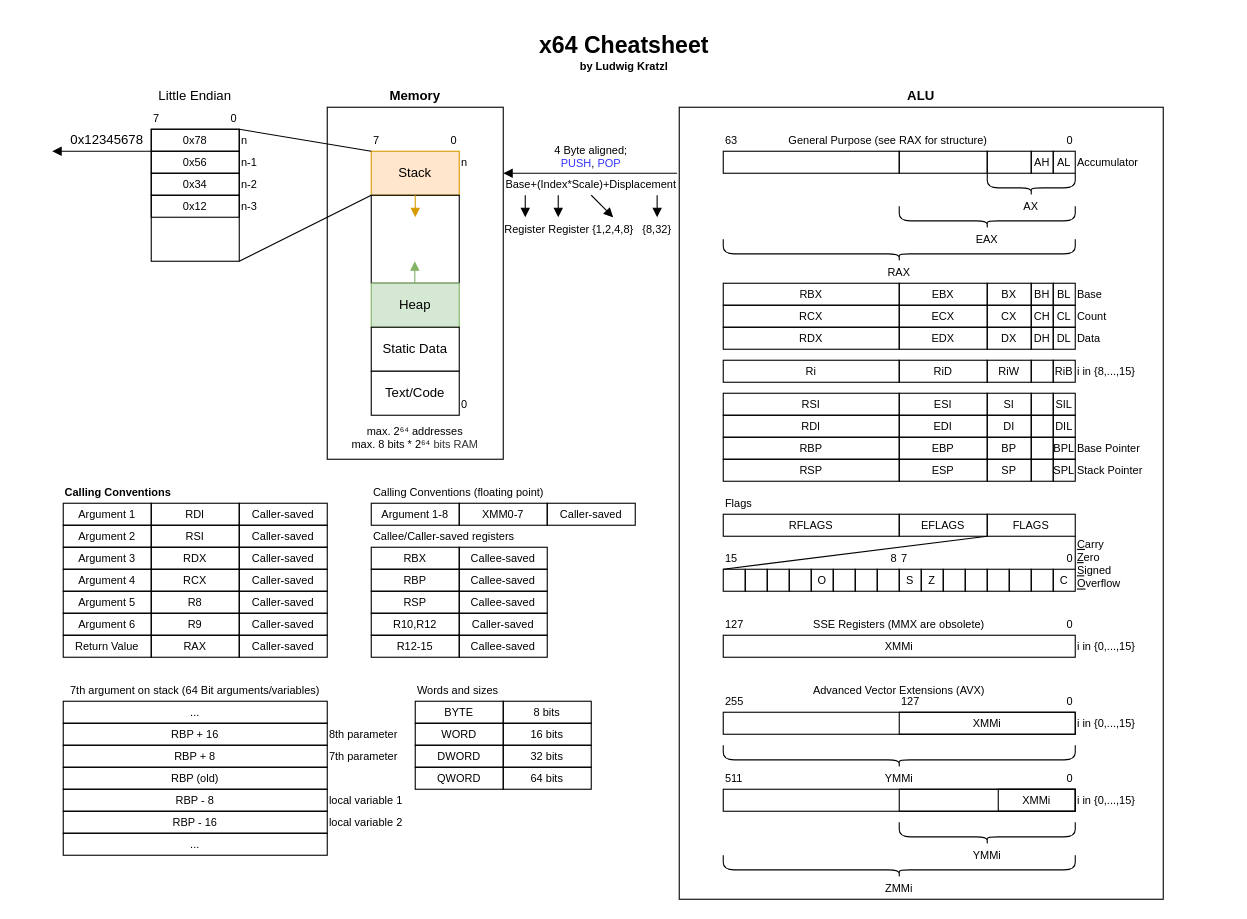
Before: drawio/x86_64 Overview.drawio in ZaubererHaft/C-Cheatsheet, a draw.io diagram. Source tidied: cells renumbered, new cells numbered last; positions are measured from the earlier drawing's top-left corner, leaving out a move shared by most shapes. Both pictures are drawn from the tidied source at 110%, with x=0, y=0 at pixel (19, 19).
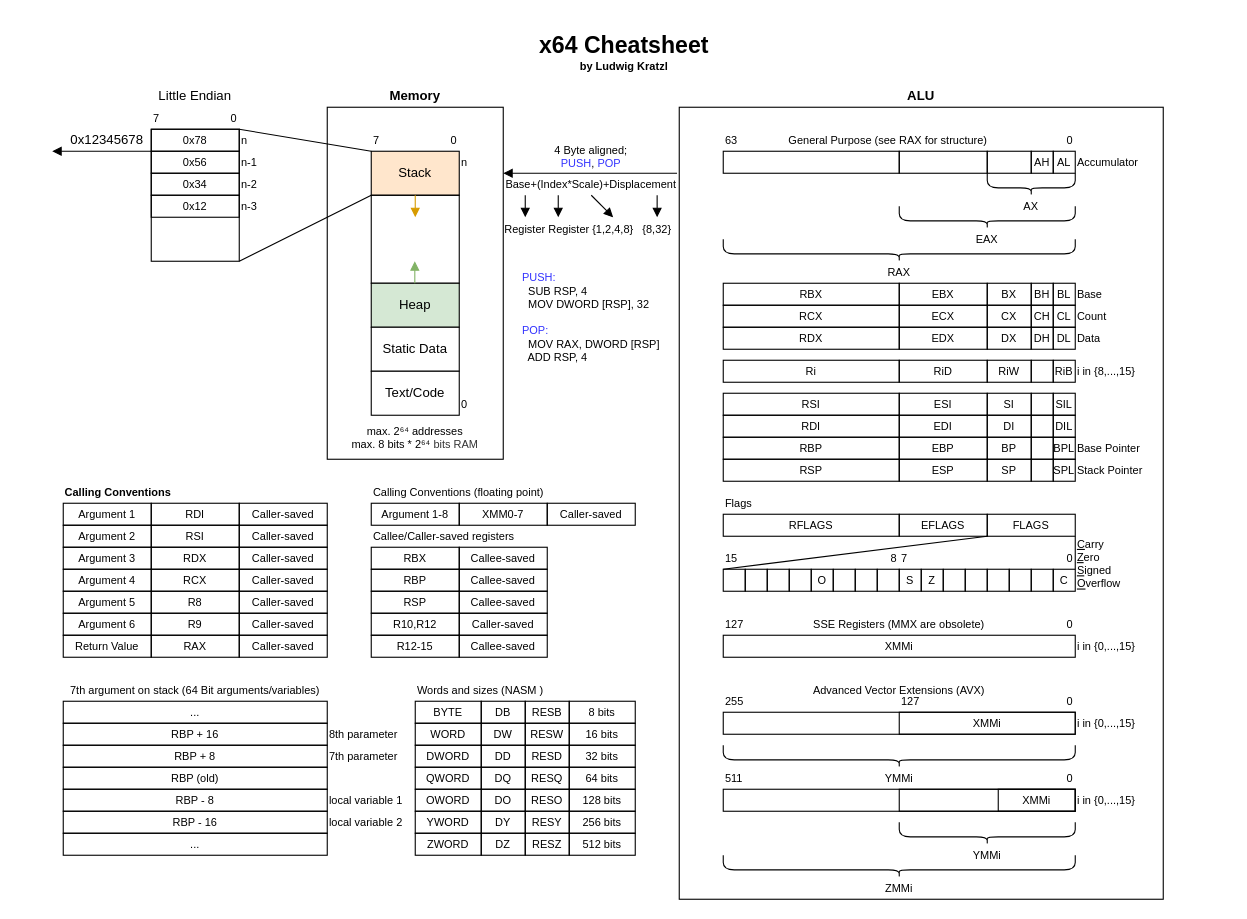
Above is the later version.

The edit, as a diff of the source:
```diff
@@
-    <mxCell id="4" value="Stack" style="rounded=0;whiteSpace=wrap;html=1;fillColor=#ffe6cc;strokeColor=#d79b00;" parent="1" vertex="1">
+    <mxCell id="4" value="Stack" style="rounded=0;whiteSpace=wrap;html=1;fillColor=#ffe6cc;" parent="1" vertex="1">
       <mxGeometry x="320" y="120" width="80" height="40" as="geometry" />
     </mxCell>
@@
-    <mxCell id="6" value="Heap" style="rounded=0;whiteSpace=wrap;html=1;fillColor=#d5e8d4;strokeColor=#82b366;" parent="1" vertex="1">
+    <mxCell id="6" value="Heap" style="rounded=0;whiteSpace=wrap;html=1;fillColor=#d5e8d4;" parent="1" vertex="1">
       <mxGeometry x="320" y="240" width="80" height="40" as="geometry" />
     </mxCell>
@@
     <mxCell id="216" value="WORD" style="rounded=0;whiteSpace=wrap;html=1;fillColor=none;fontSize=10;align=center;" parent="1" vertex="1">
-      <mxGeometry x="360" y="640" width="80" height="20" as="geometry" />
+      <mxGeometry x="360" y="640" width="60" height="20" as="geometry" />
     </mxCell>
     <mxCell id="217" value="BYTE" style="rounded=0;whiteSpace=wrap;html=1;fillColor=none;fontSize=10;align=center;" parent="1" vertex="1">
-      <mxGeometry x="360" y="620" width="80" height="20" as="geometry" />
+      <mxGeometry x="360" y="620" width="60" height="20" as="geometry" />
     </mxCell>
     <mxCell id="218" value="16 bits" style="rounded=0;whiteSpace=wrap;html=1;fillColor=none;fontSize=10;align=center;" parent="1" vertex="1">
-      <mxGeometry x="440" y="640" width="80" height="20" as="geometry" />
+      <mxGeometry x="500" y="640" width="60" height="20" as="geometry" />
     </mxCell>
     <mxCell id="219" value="8 bits" style="rounded=0;whiteSpace=wrap;html=1;fillColor=none;fontSize=10;align=center;" parent="1" vertex="1">
-      <mxGeometry x="440" y="620" width="80" height="20" as="geometry" />
+      <mxGeometry x="500" y="620" width="60" height="20" as="geometry" />
     </mxCell>
     <mxCell id="220" value="DWORD" style="rounded=0;whiteSpace=wrap;html=1;fillColor=none;fontSize=10;align=center;" parent="1" vertex="1">
-      <mxGeometry x="360" y="660" width="80" height="20" as="geometry" />
+      <mxGeometry x="360" y="660" width="60" height="20" as="geometry" />
     </mxCell>
     <mxCell id="221" value="32 bits" style="rounded=0;whiteSpace=wrap;html=1;fillColor=none;fontSize=10;align=center;" parent="1" vertex="1">
-      <mxGeometry x="440" y="660" width="80" height="20" as="geometry" />
+      <mxGeometry x="500" y="660" width="60" height="20" as="geometry" />
     </mxCell>
     <mxCell id="222" value="QWORD" style="rounded=0;whiteSpace=wrap;html=1;fillColor=none;fontSize=10;align=center;" parent="1" vertex="1">
-      <mxGeometry x="360" y="680" width="80" height="20" as="geometry" />
+      <mxGeometry x="360" y="680" width="60" height="20" as="geometry" />
     </mxCell>
     <mxCell id="223" value="64 bits" style="rounded=0;whiteSpace=wrap;html=1;fillColor=none;fontSize=10;align=center;" parent="1" vertex="1">
-      <mxGeometry x="440" y="680" width="80" height="20" as="geometry" />
+      <mxGeometry x="500" y="680" width="60" height="20" as="geometry" />
     </mxCell>
-    <mxCell id="224" value="Words and sizes" style="text;html=1;strokeColor=none;fillColor=none;align=left;verticalAlign=middle;whiteSpace=wrap;rounded=0;fontSize=10;" parent="1" vertex="1">
+    <mxCell id="224" value="Words and sizes (NASM )" style="text;html=1;strokeColor=none;fillColor=none;align=left;verticalAlign=middle;whiteSpace=wrap;rounded=0;fontSize=10;" parent="1" vertex="1">
       <mxGeometry x="360" y="600" width="160" height="20" as="geometry" />
     </mxCell>
@@
+    <mxCell id="229" value="&lt;div style=&quot;text-align: left&quot;&gt;&lt;span style=&quot;font-size: 10px&quot;&gt;&lt;font color=&quot;#3333ff&quot;&gt;PUSH:&lt;/font&gt;&lt;/span&gt;&lt;/div&gt;&lt;font style=&quot;font-size: 10px&quot;&gt;&lt;div style=&quot;text-align: left&quot;&gt;&lt;span&gt;&amp;nbsp; SUB RSP, 4&lt;/span&gt;&lt;/div&gt;&lt;div style=&quot;text-align: left&quot;&gt;&lt;span&gt;&amp;nbsp; MOV DWORD [RSP], 32&lt;/span&gt;&lt;/div&gt;&lt;div style=&quot;text-align: left&quot;&gt;&lt;span&gt;&lt;br&gt;&lt;/span&gt;&lt;/div&gt;&lt;div style=&quot;text-align: left&quot;&gt;&lt;span&gt;&lt;font color=&quot;#3333ff&quot;&gt;POP:&lt;/font&gt;&lt;/span&gt;&lt;/div&gt;&lt;div style=&quot;text-align: left&quot;&gt;&lt;span&gt;&amp;nbsp; MOV RAX, DWORD [RSP]&lt;/span&gt;&lt;/div&gt;&lt;div style=&quot;text-align: left&quot;&gt;&lt;span&gt;&amp;nbsp; ADD RSP, 4&lt;/span&gt;&lt;/div&gt;&lt;/font&gt;" style="text;html=1;strokeColor=none;fillColor=none;align=center;verticalAlign=middle;whiteSpace=wrap;rounded=0;" parent="1" vertex="1">
+      <mxGeometry x="440" y="220" width="160" height="100" as="geometry" />
+    </mxCell>
+    <mxCell id="230" value="OWORD" style="rounded=0;whiteSpace=wrap;html=1;fillColor=none;fontSize=10;align=center;" parent="1" vertex="1">
+      <mxGeometry x="360" y="700" width="60" height="20" as="geometry" />
+    </mxCell>
+    <mxCell id="231" value="128 bits" style="rounded=0;whiteSpace=wrap;html=1;fillColor=none;fontSize=10;align=center;" parent="1" vertex="1">
+      <mxGeometry x="500" y="700" width="60" height="20" as="geometry" />
+    </mxCell>
+    <mxCell id="232" value="DO" style="rounded=0;whiteSpace=wrap;html=1;fillColor=none;fontSize=10;align=center;" parent="1" vertex="1">
+      <mxGeometry x="420" y="700" width="40" height="20" as="geometry" />
+    </mxCell>
+    <mxCell id="233" value="DQ" style="rounded=0;whiteSpace=wrap;html=1;fillColor=none;fontSize=10;align=center;" parent="1" vertex="1">
+      <mxGeometry x="420" y="680" width="40" height="20" as="geometry" />
+    </mxCell>
+    <mxCell id="234" value="DD" style="rounded=0;whiteSpace=wrap;html=1;fillColor=none;fontSize=10;align=center;" parent="1" vertex="1">
+      <mxGeometry x="420" y="660" width="40" height="20" as="geometry" />
+    </mxCell>
+    <mxCell id="235" value="DW" style="rounded=0;whiteSpace=wrap;html=1;fillColor=none;fontSize=10;align=center;" parent="1" vertex="1">
+      <mxGeometry x="420" y="640" width="40" height="20" as="geometry" />
+    </mxCell>
+    <mxCell id="236" value="DB" style="rounded=0;whiteSpace=wrap;html=1;fillColor=none;fontSize=10;align=center;" parent="1" vertex="1">
+      <mxGeometry x="420" y="620" width="40" height="20" as="geometry" />
+    </mxCell>
+    <mxCell id="237" value="RESB" style="rounded=0;whiteSpace=wrap;html=1;fillColor=none;fontSize=10;align=center;" parent="1" vertex="1">
+      <mxGeometry x="460" y="620" width="40" height="20" as="geometry" />
+    </mxCell>
+    <mxCell id="238" value="RESW" style="rounded=0;whiteSpace=wrap;html=1;fillColor=none;fontSize=10;align=center;" parent="1" vertex="1">
+      <mxGeometry x="460" y="640" width="40" height="20" as="geometry" />
+    </mxCell>
+    <mxCell id="239" value="RESD" style="rounded=0;whiteSpace=wrap;html=1;fillColor=none;fontSize=10;align=center;" parent="1" vertex="1">
+      <mxGeometry x="460" y="660" width="40" height="20" as="geometry" />
+    </mxCell>
+    <mxCell id="240" value="RESQ" style="rounded=0;whiteSpace=wrap;html=1;fillColor=none;fontSize=10;align=center;" parent="1" vertex="1">
+      <mxGeometry x="460" y="680" width="40" height="20" as="geometry" />
+    </mxCell>
+    <mxCell id="241" value="RESO" style="rounded=0;whiteSpace=wrap;html=1;fillColor=none;fontSize=10;align=center;" parent="1" vertex="1">
+      <mxGeometry x="460" y="700" width="40" height="20" as="geometry" />
+    </mxCell>
+    <mxCell id="242" value="YWORD" style="rounded=0;whiteSpace=wrap;html=1;fillColor=none;fontSize=10;align=center;" parent="1" vertex="1">
+      <mxGeometry x="360" y="720" width="60" height="20" as="geometry" />
+    </mxCell>
+    <mxCell id="243" value="256 bits" style="rounded=0;whiteSpace=wrap;html=1;fillColor=none;fontSize=10;align=center;" parent="1" vertex="1">
+      <mxGeometry x="500" y="720" width="60" height="20" as="geometry" />
+    </mxCell>
+    <mxCell id="244" value="DY" style="rounded=0;whiteSpace=wrap;html=1;fillColor=none;fontSize=10;align=center;" parent="1" vertex="1">
+      <mxGeometry x="420" y="720" width="40" height="20" as="geometry" />
+    </mxCell>
+    <mxCell id="245" value="RESY" style="rounded=0;whiteSpace=wrap;html=1;fillColor=none;fontSize=10;align=center;" parent="1" vertex="1">
+      <mxGeometry x="460" y="720" width="40" height="20" as="geometry" />
+    </mxCell>
+    <mxCell id="246" value="ZWORD" style="rounded=0;whiteSpace=wrap;html=1;fillColor=none;fontSize=10;align=center;" parent="1" vertex="1">
+      <mxGeometry x="360" y="740" width="60" height="20" as="geometry" />
+    </mxCell>
+    <mxCell id="247" value="512 bits" style="rounded=0;whiteSpace=wrap;html=1;fillColor=none;fontSize=10;align=center;" parent="1" vertex="1">
+      <mxGeometry x="500" y="740" width="60" height="20" as="geometry" />
+    </mxCell>
+    <mxCell id="248" value="DZ" style="rounded=0;whiteSpace=wrap;html=1;fillColor=none;fontSize=10;align=center;" parent="1" vertex="1">
+      <mxGeometry x="420" y="740" width="40" height="20" as="geometry" />
+    </mxCell>
+    <mxCell id="249" value="RESZ" style="rounded=0;whiteSpace=wrap;html=1;fillColor=none;fontSize=10;align=center;" parent="1" vertex="1">
+      <mxGeometry x="460" y="740" width="40" height="20" as="geometry" />
+    </mxCell>
```
